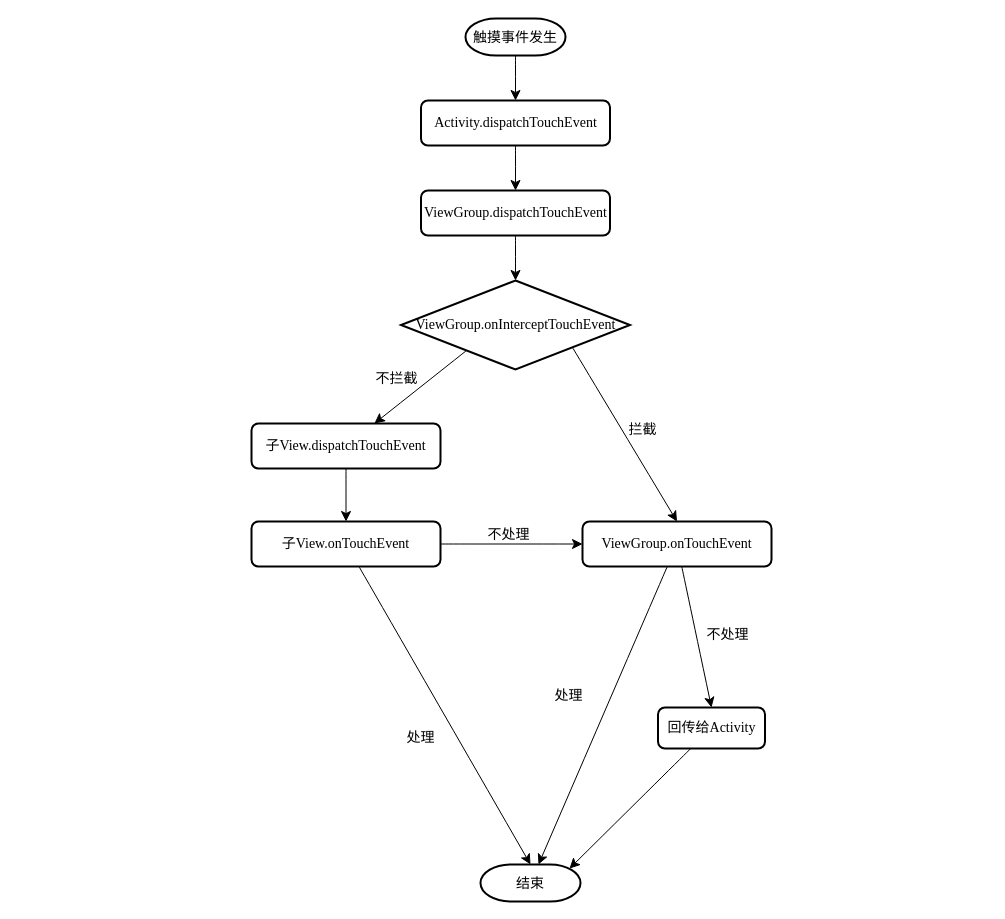
Above: mvvm.drawio in jixiuy/DrawIO (draw.io), before the change. Source tidied: cells renumbered, new cells numbered last; positions are measured from the earlier drawing's top-left corner, leaving out a move shared by most shapes. Both pictures are drawn from the tidied source at 100%, with x=0, y=0 at pixel (251, 18).
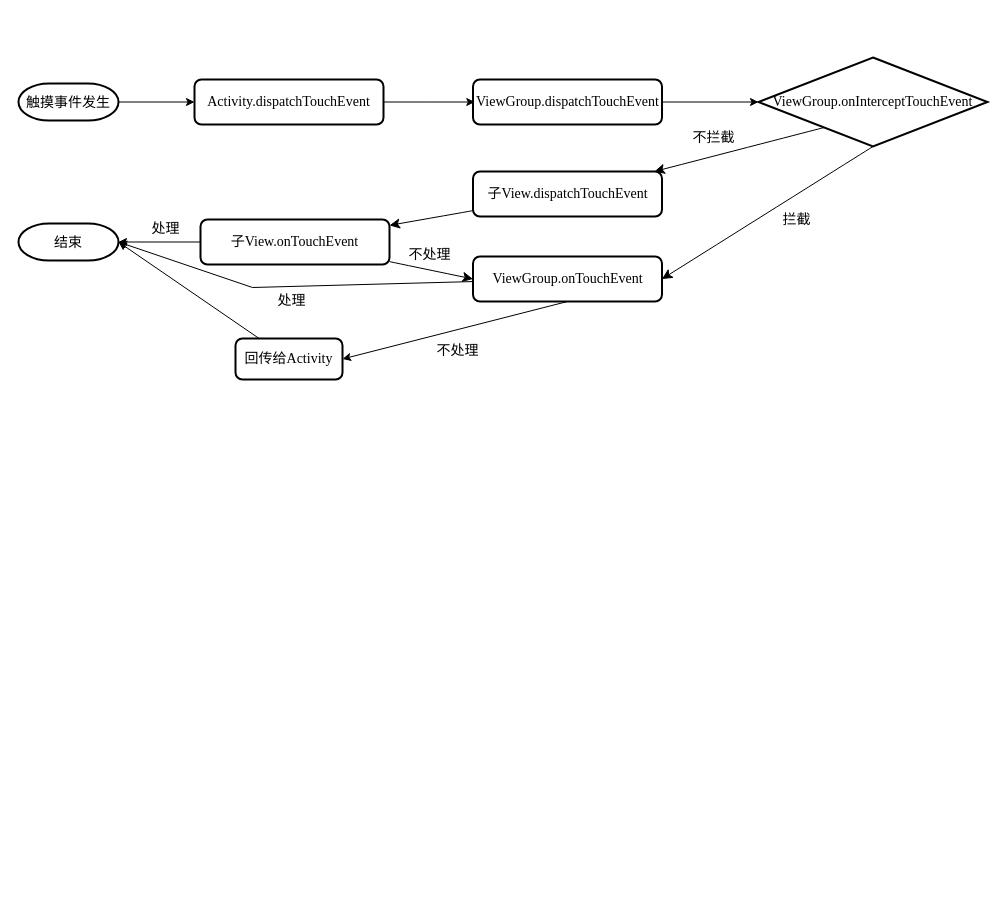
The same diagram, later.

The change refers to these unchanged cells:
```xml
<mxCell id="8" style="edgeStyle=none;curved=1;rounded=0;jettySize=auto;html=1;startSize=8;endSize=8;exitX=0.286;exitY=0.787;exitDx=0;exitDy=0;exitPerimeter=0;" parent="1" edge="1" source="12" target="14">
  <mxGeometry relative="1" as="geometry" />
</mxCell>
<mxCell id="15" style="edgeStyle=none;curved=1;rounded=0;jettySize=auto;html=1;entryX=0;entryY=0.5;entryDx=0;entryDy=0;startSize=8;endSize=8;" parent="1" edge="1" source="16" target="19">
  <mxGeometry relative="1" as="geometry" />
</mxCell>
```

Diff of the diagram source:
```diff
@@
-    <mxCell id="2" style="edgeStyle=none;curved=1;rounded=0;jettySize=auto;html=1;entryX=0.5;entryY=0;entryDx=0;entryDy=0;startSize=8;endSize=8;" parent="1" edge="1" source="3" target="5">
+    <mxCell id="2" style="edgeStyle=orthogonalEdgeStyle;rounded=0;jettySize=auto;html=1;entryX=0;entryY=0.5;entryDx=0;entryDy=0;" parent="1" edge="1" source="3" target="5">
       <mxGeometry relative="1" as="geometry" />
     </mxCell>
     <mxCell id="3" value="&lt;font style=&quot;font-size: 14px;&quot; face=&quot;宋体&quot;&gt;触摸事件发生&lt;/font&gt;" style="strokeWidth=2;html=1;shape=mxgraph.flowchart.terminator;whiteSpace=wrap;fontFamily=Times New Roman;" parent="1" vertex="1">
-      <mxGeometry x="214" width="100" height="37" as="geometry" />
+      <mxGeometry x="-233" y="65" width="100" height="37" as="geometry" />
     </mxCell>
-    <mxCell id="4" style="edgeStyle=none;curved=1;rounded=0;jettySize=auto;html=1;entryX=0.5;entryY=0;entryDx=0;entryDy=0;startSize=8;endSize=8;" parent="1" edge="1" source="5" target="7">
-      <mxGeometry relative="1" as="geometry" />
-    </mxCell>
+    <mxCell id="28" style="edgeStyle=orthogonalEdgeStyle;rounded=0;jettySize=auto;html=1;" parent="1" edge="1" source="5">
+      <mxGeometry relative="1" as="geometry">
+        <mxPoint x="223.3" y="83.5" as="targetPoint" />
+      </mxGeometry>
+    </mxCell>
     <mxCell id="5" value="&lt;font style=&quot;font-size: 14px;&quot;&gt;Activity.dispatchTouchEvent&lt;/font&gt;" style="rounded=1;whiteSpace=wrap;html=1;absoluteArcSize=1;arcSize=14;strokeWidth=2;fontFamily=Times New Roman;" parent="1" vertex="1">
-      <mxGeometry x="169.5" y="82" width="189" height="45" as="geometry" />
+      <mxGeometry x="-57" y="61" width="189" height="45" as="geometry" />
     </mxCell>
-    <mxCell id="6" style="edgeStyle=none;curved=1;rounded=0;jettySize=auto;html=1;startSize=8;endSize=8;" parent="1" edge="1" source="7" target="12">
+    <mxCell id="6" style="edgeStyle=orthogonalEdgeStyle;rounded=0;jettySize=auto;html=1;entryX=0;entryY=0.5;entryDx=0;entryDy=0;entryPerimeter=0;" parent="1" edge="1" source="7" target="12">
       <mxGeometry relative="1" as="geometry" />
     </mxCell>
     <mxCell id="7" value="&lt;font style=&quot;font-size: 14px;&quot;&gt;ViewGroup.dispatchTouchEvent&lt;/font&gt;" style="rounded=1;whiteSpace=wrap;html=1;absoluteArcSize=1;arcSize=14;strokeWidth=2;fontFamily=Times New Roman;" parent="1" vertex="1">
-      <mxGeometry x="169.5" y="172" width="189" height="45" as="geometry" />
+      <mxGeometry x="221.5" y="61" width="189" height="45" as="geometry" />
     </mxCell>
@@
     <mxCell id="9" value="&lt;font style=&quot;font-size: 14px;&quot; face=&quot;宋体&quot;&gt;不拦截&lt;/font&gt;" style="edgeLabel;html=1;align=center;verticalAlign=middle;fontFamily=Times New Roman;" parent="8" vertex="1">
       <mxGeometry x="-0.26" y="-3" relative="1" as="geometry">
-        <mxPoint x="-35" y="3" as="offset" />
+        <mxPoint x="-47" y="-4" as="offset" />
       </mxGeometry>
     </mxCell>
-    <mxCell id="10" style="edgeStyle=none;curved=1;rounded=0;jettySize=auto;html=1;entryX=0.5;entryY=0;entryDx=0;entryDy=0;startSize=8;endSize=8;" parent="1" edge="1" target="19">
-      <mxGeometry relative="1" as="geometry">
-        <mxPoint x="318" y="324" as="sourcePoint" />
-      </mxGeometry>
+    <mxCell id="10" style="edgeStyle=none;curved=1;rounded=0;jettySize=auto;html=1;startSize=8;endSize=8;exitX=0.5;exitY=1;exitDx=0;exitDy=0;exitPerimeter=0;entryX=1;entryY=0.5;entryDx=0;entryDy=0;" parent="1" edge="1" source="12" target="19">
+      <mxGeometry relative="1" as="geometry" />
     </mxCell>
     <mxCell id="11" value="&lt;font style=&quot;font-size: 14px;&quot; face=&quot;宋体&quot;&gt;拦截&lt;/font&gt;" style="edgeLabel;html=1;align=center;verticalAlign=middle;fontFamily=Times New Roman;" parent="10" vertex="1">
       <mxGeometry x="-0.25" y="-2" relative="1" as="geometry">
-        <mxPoint x="34" y="19" as="offset" />
+        <mxPoint x="3" y="25" as="offset" />
       </mxGeometry>
     </mxCell>
     <mxCell id="12" value="&lt;span style=&quot;font-size: 14px;&quot;&gt;ViewGroup.onInterceptTouchEvent&lt;/span&gt;" style="strokeWidth=2;html=1;shape=mxgraph.flowchart.decision;whiteSpace=wrap;fontFamily=Times New Roman;" parent="1" vertex="1">
-      <mxGeometry x="149.5" y="262" width="229" height="89" as="geometry" />
+      <mxGeometry x="507" y="39" width="229" height="89" as="geometry" />
     </mxCell>
@@
     <mxCell id="14" value="&lt;font style=&quot;font-size: 14px;&quot;&gt;子View.dispatchTouchEvent&lt;/font&gt;" style="rounded=1;whiteSpace=wrap;html=1;absoluteArcSize=1;arcSize=14;strokeWidth=2;fontFamily=Times New Roman;" parent="1" vertex="1">
-      <mxGeometry y="405" width="189" height="45" as="geometry" />
+      <mxGeometry x="221.5" y="153" width="189" height="45" as="geometry" />
     </mxCell>
@@
+    <mxCell id="29" value="不处理" style="edgeLabel;html=1;align=center;verticalAlign=middle;fontFamily=宋体;fontSize=14;" parent="15" vertex="1">
+      <mxGeometry y="-2" relative="1" as="geometry">
+        <mxPoint x="-2" y="-18" as="offset" />
+      </mxGeometry>
+    </mxCell>
     <mxCell id="16" value="&lt;font style=&quot;font-size: 14px;&quot;&gt;子View.on&lt;/font&gt;&lt;span style=&quot;font-size: 14px; background-color: transparent; color: light-dark(rgb(0, 0, 0), rgb(255, 255, 255));&quot;&gt;TouchEvent&lt;/span&gt;" style="rounded=1;whiteSpace=wrap;html=1;absoluteArcSize=1;arcSize=14;strokeWidth=2;fontFamily=Times New Roman;" parent="1" vertex="1">
-      <mxGeometry y="503" width="189" height="45" as="geometry" />
+      <mxGeometry x="-51" y="201" width="189" height="45" as="geometry" />
     </mxCell>
-    <mxCell id="17" style="edgeStyle=none;curved=1;rounded=0;jettySize=auto;html=1;startSize=8;endSize=8;" parent="1" edge="1" source="19" target="20">
-      <mxGeometry relative="1" as="geometry" />
-    </mxCell>
-    <mxCell id="18" style="edgeStyle=none;curved=1;rounded=0;jettySize=auto;html=1;entryX=0.5;entryY=0;entryDx=0;entryDy=0;startSize=8;endSize=8;" parent="1" edge="1" source="19" target="24">
+    <mxCell id="18" style="rounded=0;jettySize=auto;html=1;entryX=1;entryY=0.5;entryDx=0;entryDy=0;exitX=0.5;exitY=1;exitDx=0;exitDy=0;" parent="1" edge="1" source="19" target="24">
       <mxGeometry relative="1" as="geometry" />
     </mxCell>
     <mxCell id="19" value="&lt;font style=&quot;font-size: 14px;&quot;&gt;ViewGroup.on&lt;/font&gt;&lt;span style=&quot;font-size: 14px; background-color: transparent; color: light-dark(rgb(0, 0, 0), rgb(255, 255, 255));&quot;&gt;TouchEvent&lt;/span&gt;" style="rounded=1;whiteSpace=wrap;html=1;absoluteArcSize=1;arcSize=14;strokeWidth=2;fontFamily=Times New Roman;" parent="1" vertex="1">
-      <mxGeometry x="331" y="503" width="189" height="45" as="geometry" />
+      <mxGeometry x="221.5" y="238" width="189" height="45" as="geometry" />
     </mxCell>
     <mxCell id="20" value="&lt;font style=&quot;font-size: 14px;&quot; face=&quot;宋体&quot;&gt;结束&lt;/font&gt;" style="strokeWidth=2;html=1;shape=mxgraph.flowchart.terminator;whiteSpace=wrap;fontFamily=Times New Roman;" parent="1" vertex="1">
-      <mxGeometry x="229" y="846" width="100" height="37" as="geometry" />
+      <mxGeometry x="-233" y="205" width="100" height="37" as="geometry" />
     </mxCell>
+    <mxCell id="24" value="&lt;span style=&quot;font-size: 14px;&quot;&gt;回传给Activity&lt;/span&gt;" style="rounded=1;whiteSpace=wrap;html=1;absoluteArcSize=1;arcSize=14;strokeWidth=2;fontFamily=Times New Roman;" parent="1" vertex="1">
+      <mxGeometry x="-16" y="320" width="107" height="41" as="geometry" />
+    </mxCell>
+    <mxCell id="26" style="rounded=0;jettySize=auto;html=1;entryX=1;entryY=0.5;entryDx=0;entryDy=0;entryPerimeter=0;" parent="1" edge="1" source="24" target="20">
+      <mxGeometry relative="1" as="geometry" />
+    </mxCell>
-    <mxCell id="21" style="edgeStyle=none;curved=1;rounded=0;jettySize=auto;html=1;entryX=0.5;entryY=0;entryDx=0;entryDy=0;entryPerimeter=0;startSize=8;endSize=8;" parent="1" edge="1" source="16" target="20">
+    <mxCell id="21" style="edgeStyle=orthogonalEdgeStyle;rounded=0;jettySize=auto;html=1;entryX=1;entryY=0.5;entryDx=0;entryDy=0;entryPerimeter=0;" parent="1" edge="1" source="16" target="20">
       <mxGeometry relative="1" as="geometry" />
     </mxCell>
-    <mxCell id="22" value="&lt;font style=&quot;font-size: 14px;&quot; face=&quot;宋体&quot;&gt;处理&lt;/font&gt;" style="edgeLabel;html=1;align=center;verticalAlign=middle;fontFamily=Times New Roman;" parent="21" vertex="1">
-      <mxGeometry x="0.1" y="1" relative="1" as="geometry">
-        <mxPoint x="-34" y="7" as="offset" />
-      </mxGeometry>
-    </mxCell>
-    <mxCell id="23" value="&lt;font style=&quot;font-size: 14px;&quot; face=&quot;宋体&quot;&gt;处理&lt;/font&gt;" style="edgeLabel;html=1;align=center;verticalAlign=middle;fontFamily=Times New Roman;" parent="1" vertex="1">
-      <mxGeometry x="316" y="676" as="geometry" />
-    </mxCell>
-    <mxCell id="24" value="&lt;span style=&quot;font-size: 14px;&quot;&gt;回传给Activity&lt;/span&gt;" style="rounded=1;whiteSpace=wrap;html=1;absoluteArcSize=1;arcSize=14;strokeWidth=2;fontFamily=Times New Roman;" parent="1" vertex="1">
-      <mxGeometry x="406.5" y="689" width="107" height="41" as="geometry" />
-    </mxCell>
-    <mxCell id="25" value="&lt;font style=&quot;font-size: 14px;&quot; face=&quot;宋体&quot;&gt;不处理&lt;/font&gt;" style="edgeLabel;html=1;align=center;verticalAlign=middle;fontFamily=Times New Roman;" parent="1" vertex="1">
-      <mxGeometry x="475" y="615" as="geometry" />
-    </mxCell>
-    <mxCell id="26" style="edgeStyle=none;curved=1;rounded=0;jettySize=auto;html=1;entryX=0.89;entryY=0.11;entryDx=0;entryDy=0;entryPerimeter=0;startSize=8;endSize=8;" parent="1" edge="1" source="24" target="20">
-      <mxGeometry relative="1" as="geometry" />
-    </mxCell>
-    <mxCell id="27" value="&lt;font style=&quot;font-size: 14px;&quot; face=&quot;宋体&quot;&gt;不处理&lt;/font&gt;" style="edgeLabel;html=1;align=center;verticalAlign=middle;fontFamily=Times New Roman;" parent="1" vertex="1">
-      <mxGeometry x="460" y="655" as="geometry">
-        <mxPoint x="-204" y="-140" as="offset" />
-      </mxGeometry>
-    </mxCell>
+    <mxCell id="30" value="处理" style="edgeLabel;html=1;align=center;verticalAlign=middle;fontFamily=宋体;fontSize=14;" parent="1" vertex="1">
+      <mxGeometry x="-87" y="210" as="geometry">
+        <mxPoint y="-1" as="offset" />
+      </mxGeometry>
+    </mxCell>
+    <mxCell id="31" value="不处理" style="edgeLabel;html=1;align=center;verticalAlign=middle;fontFamily=宋体;fontSize=14;" parent="1" vertex="1">
+      <mxGeometry x="205" y="331" as="geometry" />
+    </mxCell>
+    <mxCell id="17" style="rounded=0;jettySize=auto;html=1;entryX=1;entryY=0.5;entryDx=0;entryDy=0;entryPerimeter=0;" parent="1" edge="1" source="19" target="20">
+      <mxGeometry relative="1" as="geometry">
+        <Array as="points">
+          <mxPoint x="1" y="269" />
+        </Array>
+      </mxGeometry>
+    </mxCell>
+    <mxCell id="32" value="处理" style="edgeLabel;html=1;align=center;verticalAlign=middle;fontFamily=宋体;fontSize=14;" parent="1" vertex="1">
+      <mxGeometry x="-79" y="210" as="geometry">
+        <mxPoint x="118" y="71" as="offset" />
+      </mxGeometry>
+    </mxCell>
```
